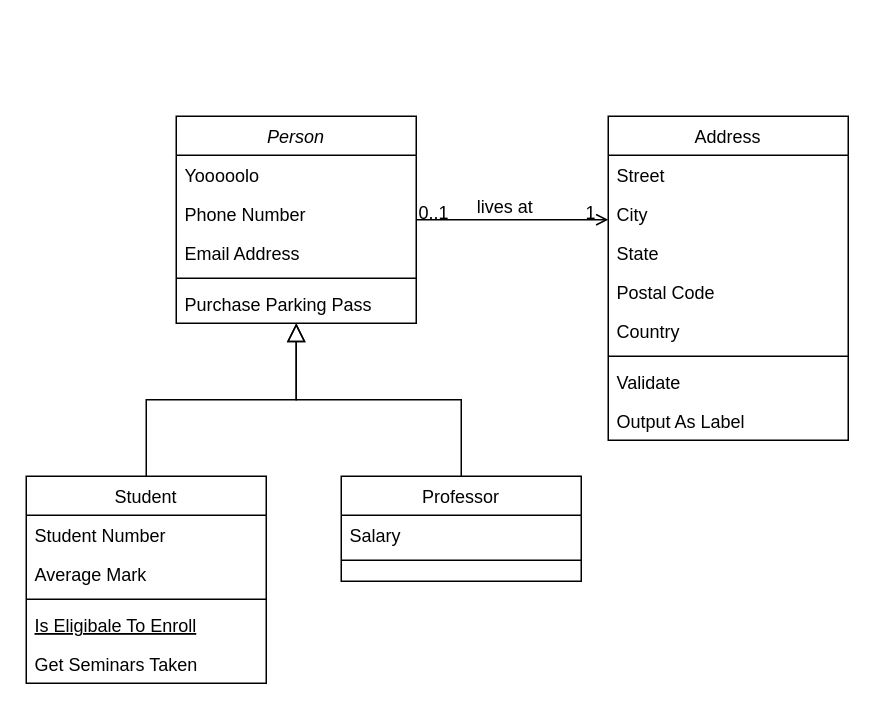
hellojoechip/hugo01 keeps this draw.io diagram as Untitled Diagram.drawio. Above is the earlier version. Source tidied: cells renumbered, new cells numbered last; positions are measured from the earlier drawing's top-left corner, leaving out a move shared by most shapes. Both pictures are drawn from the tidied source at 150%, with x=0, y=0 at pixel (26, 116).
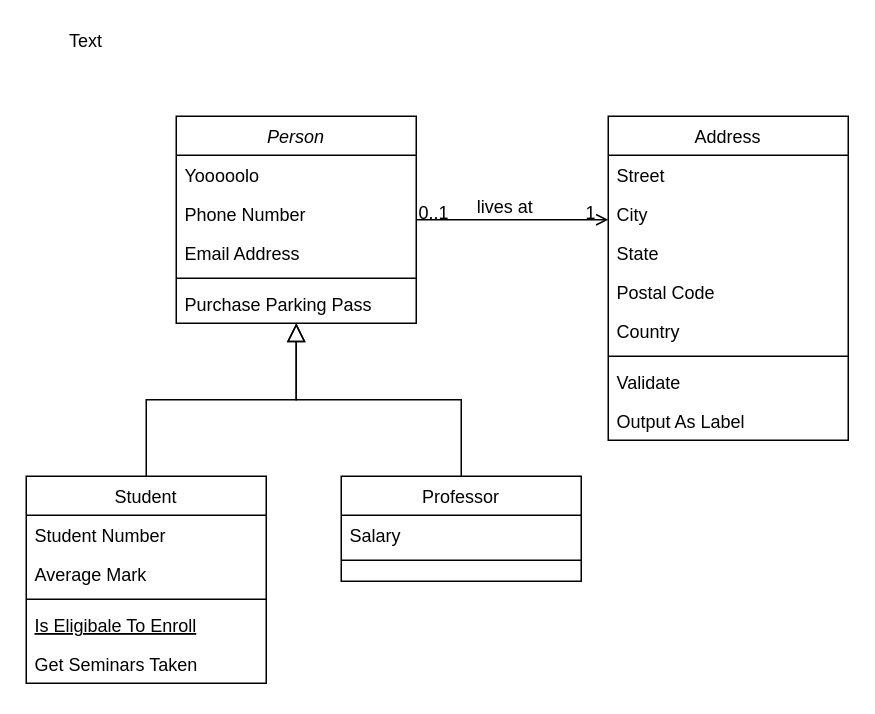
After the change.

Change to the diagram source:
```diff
@@
+    <mxCell id="32" value="Text" style="text;html=1;strokeColor=none;fillColor=none;align=center;verticalAlign=middle;whiteSpace=wrap;rounded=0;" parent="1" vertex="1">
+      <mxGeometry x="20" y="-60" width="40" height="20" as="geometry" />
+    </mxCell>
```
